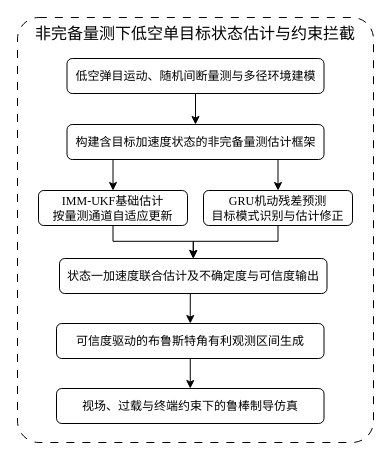
Before: 单目标非完备量测与低空约束制导.drawio in master-fency/plot, a draw.io diagram. Source tidied: cells renumbered, new cells numbered last; positions are measured from the earlier drawing's top-left corner, leaving out a move shared by most shapes. Both pictures are drawn from the tidied source at 100%, with x=0, y=0 at pixel (17, 17).
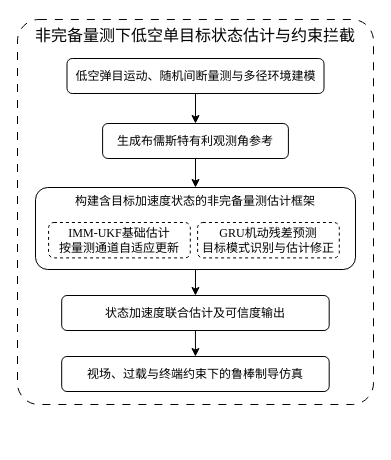
After the change.

Commit message:
更新单目标非完备量测与低空约束制导.drawio

Diff of the diagram source:
```diff
@@
-    <mxCell id="2" style="group;" parent="1" vertex="1">
-      <mxGeometry width="356" height="425" as="geometry" />
-    </mxCell>
-    <mxCell id="3" value="&lt;font style=&quot;font-size: 16px;&quot;&gt;非完备量测下低空单目标状态估计与约束拦截&lt;/font&gt;" style="rounded=1;whiteSpace=wrap;html=1;roundedPerimeter=1;fontFamily=Times New Roman;verticalAlign=top;arcSize=6;strokeColor=default;dashed=1;dashPattern=8 8;" parent="2" vertex="1">
-      <mxGeometry width="356" height="425" as="geometry" />
+    <mxCell id="3" value="&lt;font style=&quot;font-size: 16px;&quot;&gt;非完备量测下低空单目标状态估计与约束拦截&lt;/font&gt;" style="rounded=1;whiteSpace=wrap;html=1;roundedPerimeter=1;fontFamily=Times New Roman;verticalAlign=top;arcSize=6;strokeColor=default;dashed=1;dashPattern=8 8;" parent="1" vertex="1">
+      <mxGeometry y="2" width="356" height="385" as="geometry" />
     </mxCell>
-    <mxCell id="4" style="edgeStyle=orthogonalEdgeStyle;rounded=0;jettySize=auto;html=1;exitX=0.5;exitY=1;exitDx=0;exitDy=0;entryX=0.5;entryY=0;entryDx=0;entryDy=0;fontFamily=Helvetica;fontSize=12;fontColor=default;defaultLabelBackgroundColor=page;" parent="2" edge="1" source="5" target="8">
-      <mxGeometry relative="1" as="geometry" />
-    </mxCell>
+    <mxCell id="8" value="&lt;font&gt;构建含目标加速度状态的非完备量测估计框架&lt;/font&gt;" style="rounded=1;whiteSpace=wrap;html=1;roundedPerimeter=1;fontFamily=Times New Roman;verticalAlign=top;" parent="1" vertex="1">
+      <mxGeometry x="18" y="170" width="320" height="82" as="geometry" />
+    </mxCell>
+    <mxCell id="19" style="edgeStyle=orthogonalEdgeStyle;rounded=0;jettySize=auto;html=1;exitX=0.5;exitY=1;exitDx=0;exitDy=0;entryX=0.5;entryY=0;entryDx=0;entryDy=0;fontFamily=Helvetica;fontSize=12;fontColor=default;defaultLabelBackgroundColor=page;" parent="1" edge="1" source="5" target="17">
+      <mxGeometry relative="1" as="geometry" />
+    </mxCell>
-    <mxCell id="5" value="&lt;font&gt;低空弹目运动、随机间断量测与多径环境建模&lt;/font&gt;" style="rounded=1;whiteSpace=wrap;html=1;roundedPerimeter=1;fontFamily=Times New Roman;" parent="2" vertex="1">
+    <mxCell id="5" value="&lt;font&gt;低空弹目运动、随机间断量测与多径环境建模&lt;/font&gt;" style="rounded=1;whiteSpace=wrap;html=1;roundedPerimeter=1;fontFamily=Times New Roman;" parent="1" vertex="1">
       <mxGeometry x="49.5" y="41" width="257" height="35" as="geometry" />
     </mxCell>
-    <mxCell id="6" style="edgeStyle=orthogonalEdgeStyle;rounded=0;jettySize=auto;html=1;exitX=0.25;exitY=1;exitDx=0;exitDy=0;entryX=0.5;entryY=0;entryDx=0;entryDy=0;fontFamily=Helvetica;fontSize=12;fontColor=default;defaultLabelBackgroundColor=page;" parent="2" edge="1" source="8" target="12">
-      <mxGeometry relative="1" as="geometry" />
-    </mxCell>
-    <mxCell id="7" style="edgeStyle=orthogonalEdgeStyle;rounded=0;jettySize=auto;html=1;exitX=0.75;exitY=1;exitDx=0;exitDy=0;entryX=0.5;entryY=0;entryDx=0;entryDy=0;fontFamily=Helvetica;fontSize=12;fontColor=default;defaultLabelBackgroundColor=page;" parent="2" edge="1" source="8" target="13">
-      <mxGeometry relative="1" as="geometry" />
-    </mxCell>
-    <mxCell id="8" value="&lt;font&gt;构建含目标加速度状态的非完备量测估计框架&lt;/font&gt;" style="rounded=1;whiteSpace=wrap;html=1;roundedPerimeter=1;fontFamily=Times New Roman;" parent="2" vertex="1">
-      <mxGeometry x="49.5" y="107" width="257" height="35" as="geometry" />
-    </mxCell>
-    <mxCell id="9" style="edgeStyle=orthogonalEdgeStyle;rounded=0;jettySize=auto;html=1;exitX=0.5;exitY=1;exitDx=0;exitDy=0;entryX=0.5;entryY=0;entryDx=0;entryDy=0;fontFamily=Helvetica;fontSize=12;fontColor=default;defaultLabelBackgroundColor=page;" parent="2" edge="1" source="10" target="17">
-      <mxGeometry relative="1" as="geometry" />
-    </mxCell>
+    <mxCell id="20" style="edgeStyle=orthogonalEdgeStyle;rounded=0;jettySize=auto;html=1;exitX=0.5;exitY=1;exitDx=0;exitDy=0;entryX=0.5;entryY=0;entryDx=0;entryDy=0;fontFamily=Helvetica;fontSize=12;fontColor=default;defaultLabelBackgroundColor=page;" parent="1" edge="1" source="10" target="18">
+      <mxGeometry relative="1" as="geometry" />
+    </mxCell>
-    <mxCell id="10" value="&lt;font&gt;状态一加速度联合估计及不确定度与可信度输出&lt;/font&gt;" style="rounded=1;whiteSpace=wrap;html=1;roundedPerimeter=1;fontFamily=Times New Roman;" parent="2" vertex="1">
-      <mxGeometry x="42" y="241" width="267.5" height="35" as="geometry" />
+    <mxCell id="10" value="&lt;font&gt;状态加速度联合估计及可信度输出&lt;/font&gt;" style="rounded=1;whiteSpace=wrap;html=1;roundedPerimeter=1;fontFamily=Times New Roman;" parent="1" vertex="1">
+      <mxGeometry x="44.2" y="278" width="267.5" height="35" as="geometry" />
     </mxCell>
-    <mxCell id="11" style="group;" parent="2" vertex="1">
-      <mxGeometry x="21" y="173" width="314" height="35" as="geometry" />
-    </mxCell>
+    <mxCell id="21" style="edgeStyle=orthogonalEdgeStyle;rounded=0;jettySize=auto;html=1;exitX=0.5;exitY=1;exitDx=0;exitDy=0;entryX=0.5;entryY=0;entryDx=0;entryDy=0;fontFamily=Helvetica;fontSize=12;fontColor=default;defaultLabelBackgroundColor=page;" parent="1" edge="1" source="17" target="8">
+      <mxGeometry relative="1" as="geometry" />
+    </mxCell>
+    <mxCell id="17" value="&lt;font&gt;生成布儒斯特有利观测角参考&lt;/font&gt;" style="rounded=1;whiteSpace=wrap;html=1;roundedPerimeter=1;fontFamily=Times New Roman;" parent="1" vertex="1">
+      <mxGeometry x="85.1" y="106" width="185.8" height="35" as="geometry" />
+    </mxCell>
+    <mxCell id="18" value="&lt;font&gt;视场、过载与终端约束下的鲁棒制导仿真&lt;/font&gt;" style="rounded=1;whiteSpace=wrap;html=1;roundedPerimeter=1;fontFamily=Times New Roman;" parent="1" vertex="1">
+      <mxGeometry x="44.2" y="339" width="267.5" height="35" as="geometry" />
+    </mxCell>
+    <mxCell id="22" style="edgeStyle=orthogonalEdgeStyle;rounded=0;jettySize=auto;html=1;exitX=0.5;exitY=1;exitDx=0;exitDy=0;entryX=0.5;entryY=0;entryDx=0;entryDy=0;fontFamily=Helvetica;fontSize=12;fontColor=default;defaultLabelBackgroundColor=page;" parent="1" edge="1" source="8" target="10">
+      <mxGeometry relative="1" as="geometry" />
+    </mxCell>
+    <mxCell id="23" style="group;" parent="1" vertex="1">
+      <mxGeometry x="31.1" y="205" width="290.7" height="35.4" as="geometry" />
+    </mxCell>
-    <mxCell id="12" value="&lt;font&gt;IMM-UKF基础估计&lt;/font&gt;&lt;div&gt;&lt;font&gt;按量测通道自适应更新&lt;/font&gt;&lt;/div&gt;" style="rounded=1;whiteSpace=wrap;html=1;roundedPerimeter=1;fontFamily=Times New Roman;" parent="11" vertex="1">
-      <mxGeometry width="149" height="35" as="geometry" />
+    <mxCell id="12" value="&lt;font&gt;IMM-UKF基础估计&lt;/font&gt;&lt;div&gt;&lt;font&gt;按量测通道自适应更新&lt;/font&gt;&lt;/div&gt;" style="rounded=1;whiteSpace=wrap;html=1;roundedPerimeter=1;fontFamily=Times New Roman;dashed=1;" parent="23" vertex="1">
+      <mxGeometry width="141.7" height="35.4" as="geometry" />
     </mxCell>
-    <mxCell id="13" value="GRU机动残差预测&lt;div&gt;目标模式识别与估计修正&lt;/div&gt;" style="rounded=1;whiteSpace=wrap;html=1;roundedPerimeter=1;fontFamily=Times New Roman;" parent="11" vertex="1">
-      <mxGeometry x="165" width="149" height="35" as="geometry" />
+    <mxCell id="13" value="GRU机动残差预测&lt;div&gt;目标模式识别与估计修正&lt;/div&gt;" style="rounded=1;whiteSpace=wrap;html=1;roundedPerimeter=1;fontFamily=Times New Roman;dashed=1;" parent="23" vertex="1">
+      <mxGeometry x="149" width="141.7" height="35.4" as="geometry" />
     </mxCell>
-    <mxCell id="14" style="edgeStyle=orthogonalEdgeStyle;rounded=0;jettySize=auto;html=1;exitX=0.5;exitY=1;exitDx=0;exitDy=0;entryX=0.5;entryY=0;entryDx=0;entryDy=0;fontFamily=Helvetica;fontSize=12;fontColor=default;defaultLabelBackgroundColor=page;" parent="2" edge="1" source="12" target="10">
-      <mxGeometry relative="1" as="geometry">
-        <Array as="points">
-          <mxPoint x="95.5" y="223.8" />
-          <mxPoint x="175" y="223.8" />
-        </Array>
-      </mxGeometry>
-    </mxCell>
-    <mxCell id="15" style="edgeStyle=orthogonalEdgeStyle;rounded=0;jettySize=auto;html=1;exitX=0.5;exitY=1;exitDx=0;exitDy=0;entryX=0.5;entryY=0;entryDx=0;entryDy=0;fontFamily=Helvetica;fontSize=12;fontColor=default;defaultLabelBackgroundColor=page;" parent="2" edge="1" source="13" target="10">
-      <mxGeometry relative="1" as="geometry">
-        <Array as="points">
-          <mxPoint x="260.5" y="223.8" />
-          <mxPoint x="175" y="223.8" />
-        </Array>
-      </mxGeometry>
-    </mxCell>
-    <mxCell id="16" style="edgeStyle=orthogonalEdgeStyle;rounded=0;jettySize=auto;html=1;exitX=0.5;exitY=1;exitDx=0;exitDy=0;entryX=0.5;entryY=0;entryDx=0;entryDy=0;fontFamily=Helvetica;fontSize=12;fontColor=default;defaultLabelBackgroundColor=page;" parent="2" edge="1" source="17" target="18">
-      <mxGeometry relative="1" as="geometry" />
-    </mxCell>
-    <mxCell id="17" value="&lt;font&gt;可信度驱动的布鲁斯特角有利观测区间生成&lt;/font&gt;" style="rounded=1;whiteSpace=wrap;html=1;roundedPerimeter=1;fontFamily=Times New Roman;" parent="2" vertex="1">
-      <mxGeometry x="39" y="306" width="267.5" height="35" as="geometry" />
-    </mxCell>
-    <mxCell id="18" value="&lt;font&gt;视场、过载与终端约束下的鲁棒制导仿真&lt;/font&gt;" style="rounded=1;whiteSpace=wrap;html=1;roundedPerimeter=1;fontFamily=Times New Roman;" parent="2" vertex="1">
-      <mxGeometry x="39" y="371" width="267.5" height="35" as="geometry" />
-    </mxCell>
```
